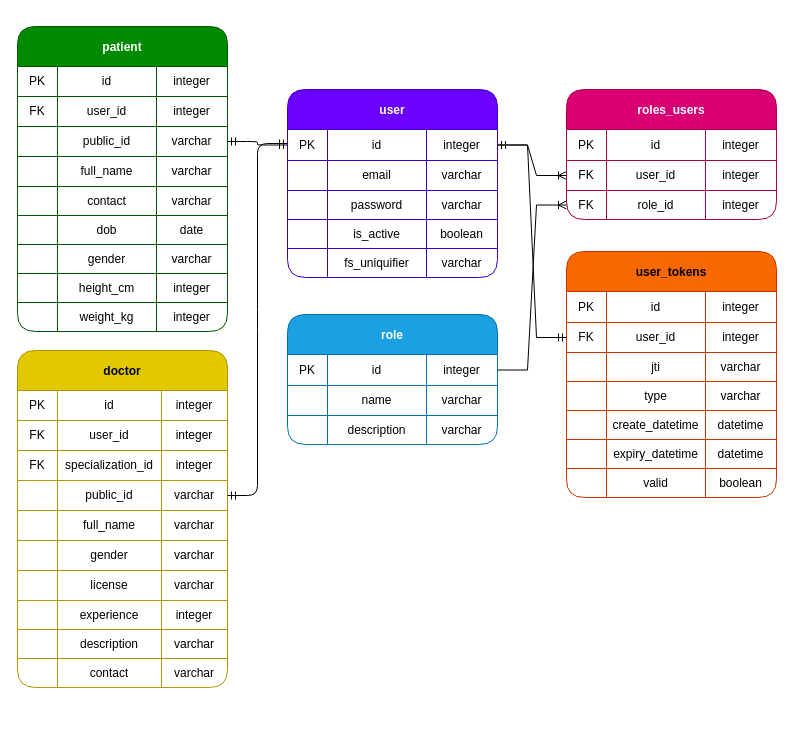
The draw.io diagram page "Login_schema" (1 of 3) of docs/ER-diagram_HMS.drawio in Developer-PritamSaha/hospital-management-app, before the edit. Source tidied: cells renumbered, new cells numbered last; positions are measured from the earlier drawing's top-left corner, leaving out a move shared by most shapes. Both pictures are drawn from the tidied source at 100%, with x=0, y=0 at pixel (17, 26).
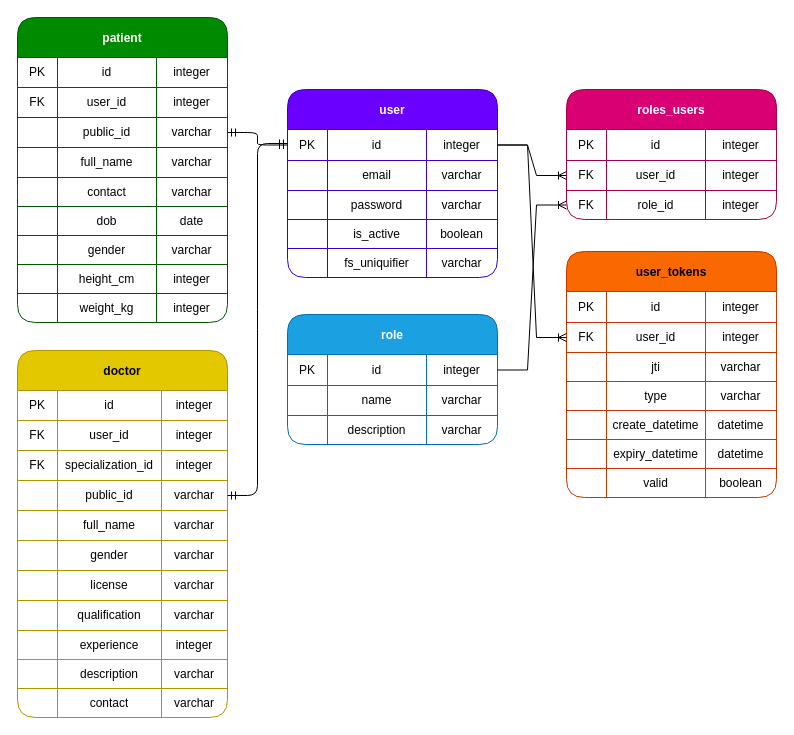
Above is the later version.

The change refers to these unchanged cells:
```xml
<mxCell id="3" style="shape=tableRow;horizontal=0;startSize=0;swimlaneHead=0;swimlaneBody=0;top=0;left=0;bottom=0;right=0;fillColor=none;points=[[0,0.5],[1,0.5]];portConstraint=eastwest;rounded=1;" parent="2" vertex="1">
  <mxGeometry y="40" width="210" height="31" as="geometry" />
</mxCell>
<mxCell id="94" style="shape=tableRow;horizontal=0;startSize=0;swimlaneHead=0;swimlaneBody=0;top=0;left=0;bottom=0;right=0;fillColor=none;points=[[0,0.5],[1,0.5]];portConstraint=eastwest;rounded=1;" parent="89" vertex="1">
  <mxGeometry y="71" width="210" height="30" as="geometry" />
</mxCell>
```

Change to the diagram source:
```diff
@@
     <mxCell id="23" value="patient" style="shape=table;startSize=40;childLayout=tableLayout;fontStyle=1;align=center;fillColor=#008a00;strokeColor=#005700;fontColor=#ffffff;rounded=1;" parent="1" vertex="1">
-      <mxGeometry width="210" height="305" as="geometry" />
+      <mxGeometry y="-9" width="210" height="305" as="geometry" />
     </mxCell>
@@
-    <mxCell id="118" style="edgeStyle=entityRelationEdgeStyle;fontSize=12;html=1;endArrow=ERmandOne;startArrow=ERmandOne;rounded=0;entryX=1;entryY=0.5;entryDx=0;entryDy=0;exitX=0;exitY=0.5;exitDx=0;exitDy=0;" parent="1" edge="1" source="94" target="3">
-      <mxGeometry relative="1" as="geometry" />
-    </mxCell>
     <mxCell id="119" value="doctor" style="shape=table;startSize=40;childLayout=tableLayout;fontStyle=1;align=center;fillColor=#e3c800;strokeColor=#B09500;fontColor=#000000;rounded=1;" parent="1" vertex="1">
-      <mxGeometry y="324" width="210" height="337" as="geometry" />
+      <mxGeometry y="324" width="210" height="367" as="geometry" />
     </mxCell>
@@
+    <mxCell id="161" style="shape=tableRow;horizontal=0;startSize=0;swimlaneHead=0;swimlaneBody=0;top=0;left=0;bottom=0;right=0;fillColor=none;rounded=1;" parent="119" vertex="1">
+      <mxGeometry y="250" width="210" height="30" as="geometry" />
+    </mxCell>
+    <mxCell id="162" style="shape=partialRectangle;html=1;whiteSpace=wrap;fillColor=none;top=0;left=0;bottom=0;right=0;overflow=hidden;rounded=1;" parent="161" vertex="1">
+      <mxGeometry width="40" height="30" as="geometry" />
+    </mxCell>
+    <mxCell id="163" value="qualification" style="shape=partialRectangle;html=1;whiteSpace=wrap;fillColor=none;top=0;left=0;bottom=0;right=0;overflow=hidden;rounded=1;" parent="161" vertex="1">
+      <mxGeometry x="40" width="104" height="30" as="geometry" />
+    </mxCell>
+    <mxCell id="164" value="varchar" style="shape=partialRectangle;html=1;whiteSpace=wrap;fillColor=none;top=0;left=0;bottom=0;right=0;overflow=hidden;rounded=1;" parent="161" vertex="1">
+      <mxGeometry x="144" width="66" height="30" as="geometry" />
+    </mxCell>
     <mxCell id="148" style="shape=tableRow;horizontal=0;startSize=0;swimlaneHead=0;swimlaneBody=0;top=0;left=0;bottom=0;right=0;fillColor=none;rounded=1;" parent="119" vertex="1">
-      <mxGeometry y="250" width="210" height="29" as="geometry" />
+      <mxGeometry y="280" width="210" height="29" as="geometry" />
     </mxCell>
@@
     <mxCell id="152" style="shape=tableRow;horizontal=0;startSize=0;swimlaneHead=0;swimlaneBody=0;top=0;left=0;bottom=0;right=0;fillColor=none;rounded=1;" parent="119" vertex="1">
-      <mxGeometry y="279" width="210" height="29" as="geometry" />
+      <mxGeometry y="309" width="210" height="29" as="geometry" />
     </mxCell>
@@
     <mxCell id="156" style="shape=tableRow;horizontal=0;startSize=0;swimlaneHead=0;swimlaneBody=0;top=0;left=0;bottom=0;right=0;fillColor=none;rounded=1;" parent="119" vertex="1">
-      <mxGeometry y="308" width="210" height="29" as="geometry" />
+      <mxGeometry y="338" width="210" height="29" as="geometry" />
     </mxCell>
@@
+    <mxCell id="165" style="edgeStyle=entityRelationEdgeStyle;fontSize=12;html=1;endArrow=ERoneToMany;rounded=0;exitX=1;exitY=0.5;exitDx=0;exitDy=0;entryX=0;entryY=0.5;entryDx=0;entryDy=0;" parent="1" edge="1" source="3" target="94">
+      <mxGeometry relative="1" as="geometry" />
+    </mxCell>
```
